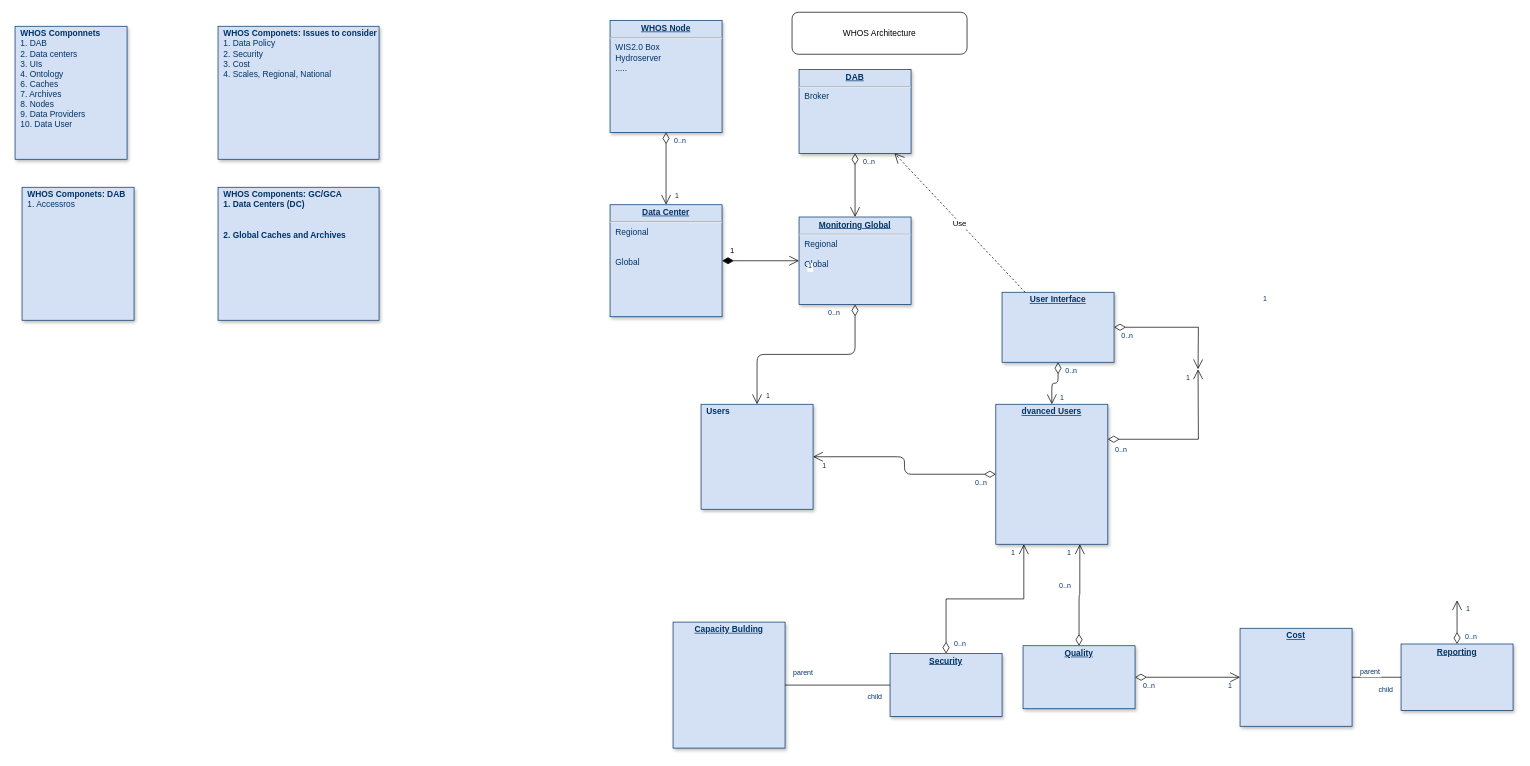
Before: page "Page-1" (1 of 2) of free software/Untitled Diagram.drawio in disiiwash/Test, a draw.io diagram. Source tidied: cells renumbered, new cells numbered last; positions are measured from the earlier drawing's top-left corner, leaving out a move shared by most shapes. Both pictures are drawn from the tidied source at 70%, with x=0, y=0 at pixel (15, 12).
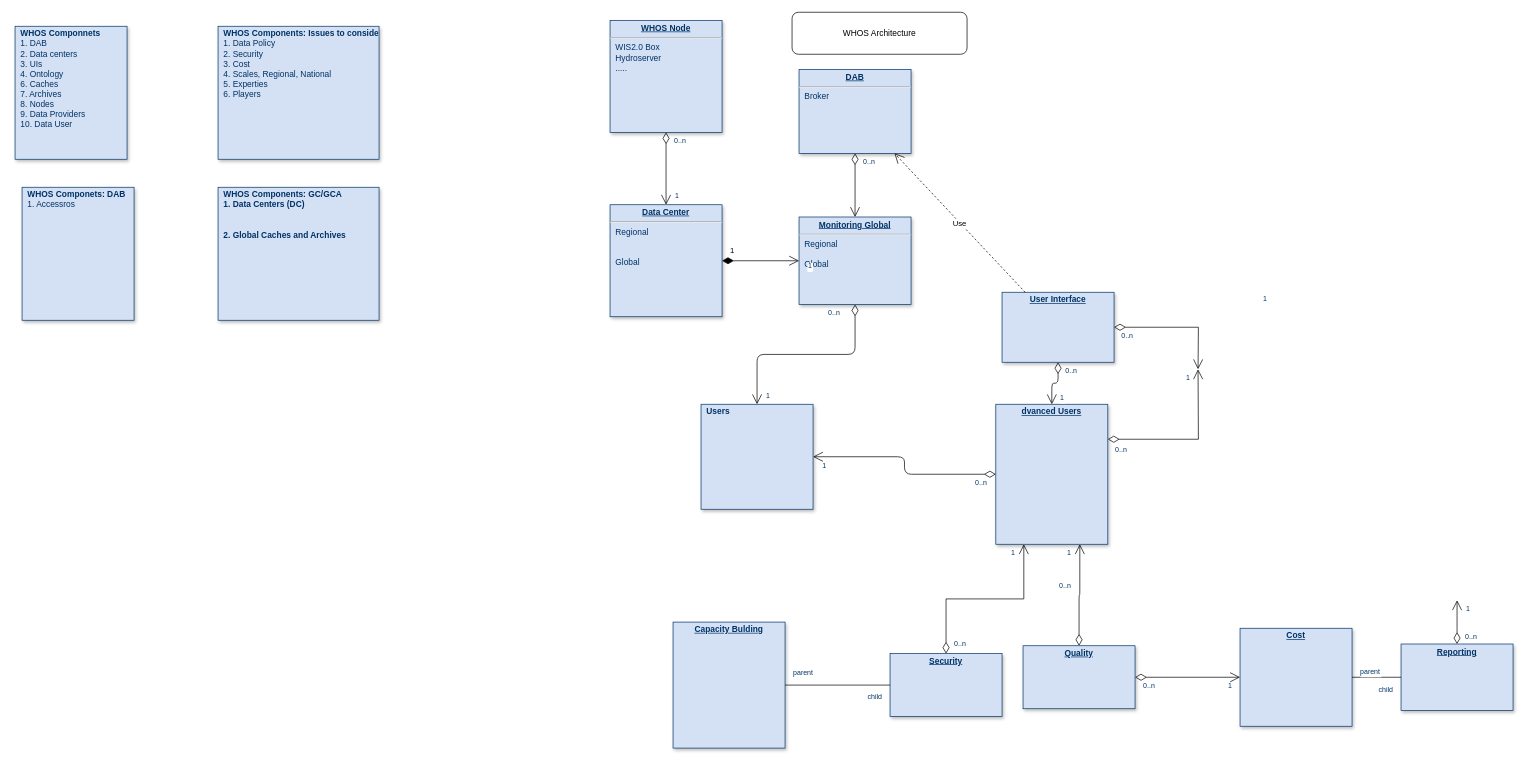
Above is the later version.

What changed in the source:
```diff
@@
-    <mxCell id="56" value="&lt;p style=&quot;margin: 0px; margin-top: 4px; text-align: center; text-decoration: underline;&quot;&gt;&lt;/p&gt;&lt;p style=&quot;margin: 0px; margin-left: 8px;&quot;&gt;&lt;b&gt;WHOS Componets: Issues to consider&lt;/b&gt;&lt;/p&gt;&lt;p style=&quot;margin: 0px; margin-left: 8px;&quot;&gt;1. Data Policy&lt;/p&gt;&lt;p style=&quot;margin: 0px; margin-left: 8px;&quot;&gt;2. Security&lt;/p&gt;&lt;p style=&quot;margin: 0px; margin-left: 8px;&quot;&gt;3. Cost&lt;/p&gt;&lt;p style=&quot;margin: 0px; margin-left: 8px;&quot;&gt;4. Scales, Regional, National&lt;/p&gt;&lt;p style=&quot;margin: 0px; margin-left: 8px;&quot;&gt;&lt;br&gt;&lt;/p&gt;&lt;p style=&quot;margin: 0px; margin-left: 8px;&quot;&gt;&lt;br&gt;&lt;/p&gt;" style="verticalAlign=top;align=left;overflow=fill;fontSize=12;fontFamily=Helvetica;html=1;strokeColor=#003366;shadow=1;fillColor=#D4E1F5;fontColor=#003366;" parent="1" vertex="1">
+    <mxCell id="56" value="&lt;p style=&quot;margin: 0px; margin-top: 4px; text-align: center; text-decoration: underline;&quot;&gt;&lt;/p&gt;&lt;p style=&quot;margin: 0px; margin-left: 8px;&quot;&gt;&lt;b&gt;WHOS Components: Issues to consider&lt;/b&gt;&lt;/p&gt;&lt;p style=&quot;margin: 0px; margin-left: 8px;&quot;&gt;1. Data Policy&lt;/p&gt;&lt;p style=&quot;margin: 0px; margin-left: 8px;&quot;&gt;2. Security&lt;/p&gt;&lt;p style=&quot;margin: 0px; margin-left: 8px;&quot;&gt;3. Cost&lt;/p&gt;&lt;p style=&quot;margin: 0px; margin-left: 8px;&quot;&gt;4. Scales, Regional, National&lt;/p&gt;&lt;p style=&quot;margin: 0px; margin-left: 8px;&quot;&gt;5. Experties&lt;/p&gt;&lt;p style=&quot;margin: 0px; margin-left: 8px;&quot;&gt;6. Players&lt;/p&gt;&lt;p style=&quot;margin: 0px; margin-left: 8px;&quot;&gt;&lt;br&gt;&lt;/p&gt;&lt;p style=&quot;margin: 0px; margin-left: 8px;&quot;&gt;&lt;br&gt;&lt;/p&gt;" style="verticalAlign=top;align=left;overflow=fill;fontSize=12;fontFamily=Helvetica;html=1;strokeColor=#003366;shadow=1;fillColor=#D4E1F5;fontColor=#003366;" parent="1" vertex="1">
       <mxGeometry x="290" y="20" width="230" height="190" as="geometry" />
     </mxCell>
```
